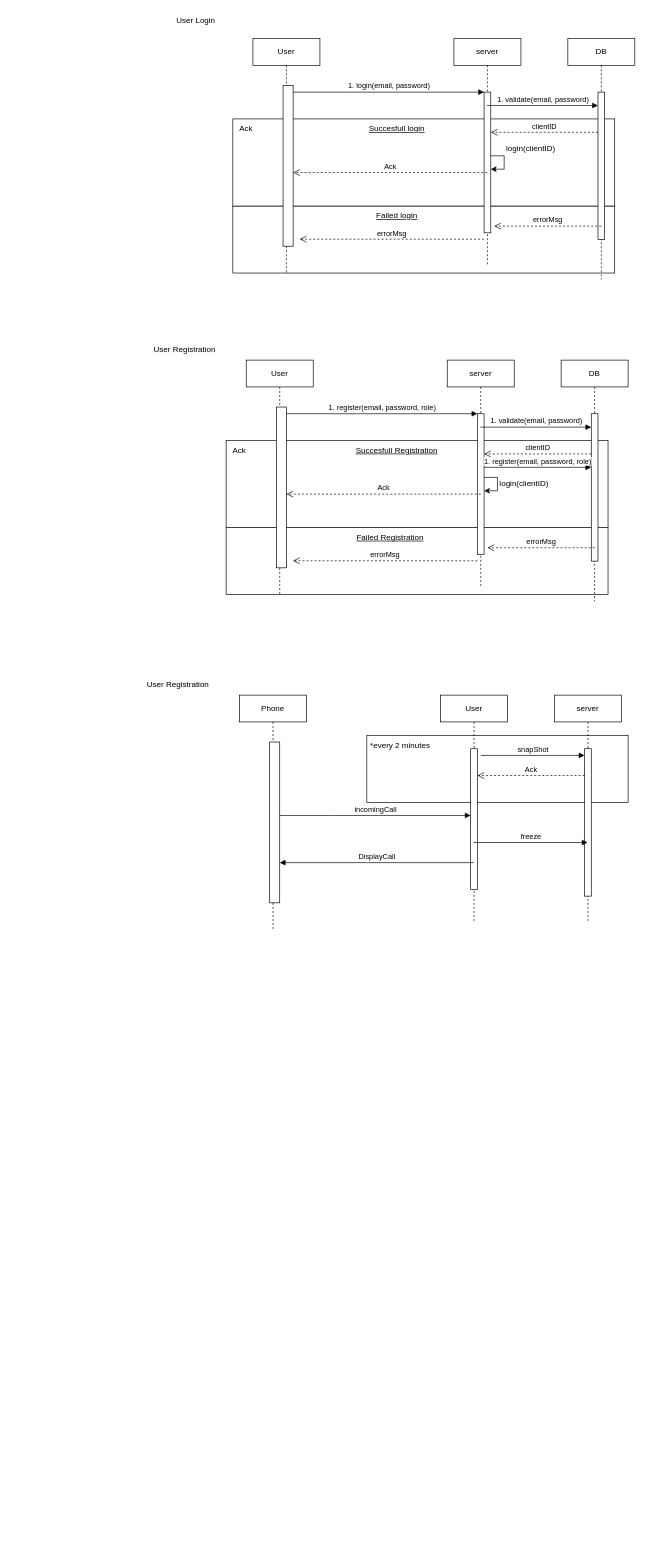
Before: Docs/sequence.drawio in Naveavra/VoiceCoach, a draw.io diagram. Source tidied: cells renumbered, new cells numbered last; positions are measured from the earlier drawing's top-left corner, leaving out a move shared by most shapes. Both pictures are drawn from the tidied source at 67%, with x=0, y=0 at pixel (145, 11).
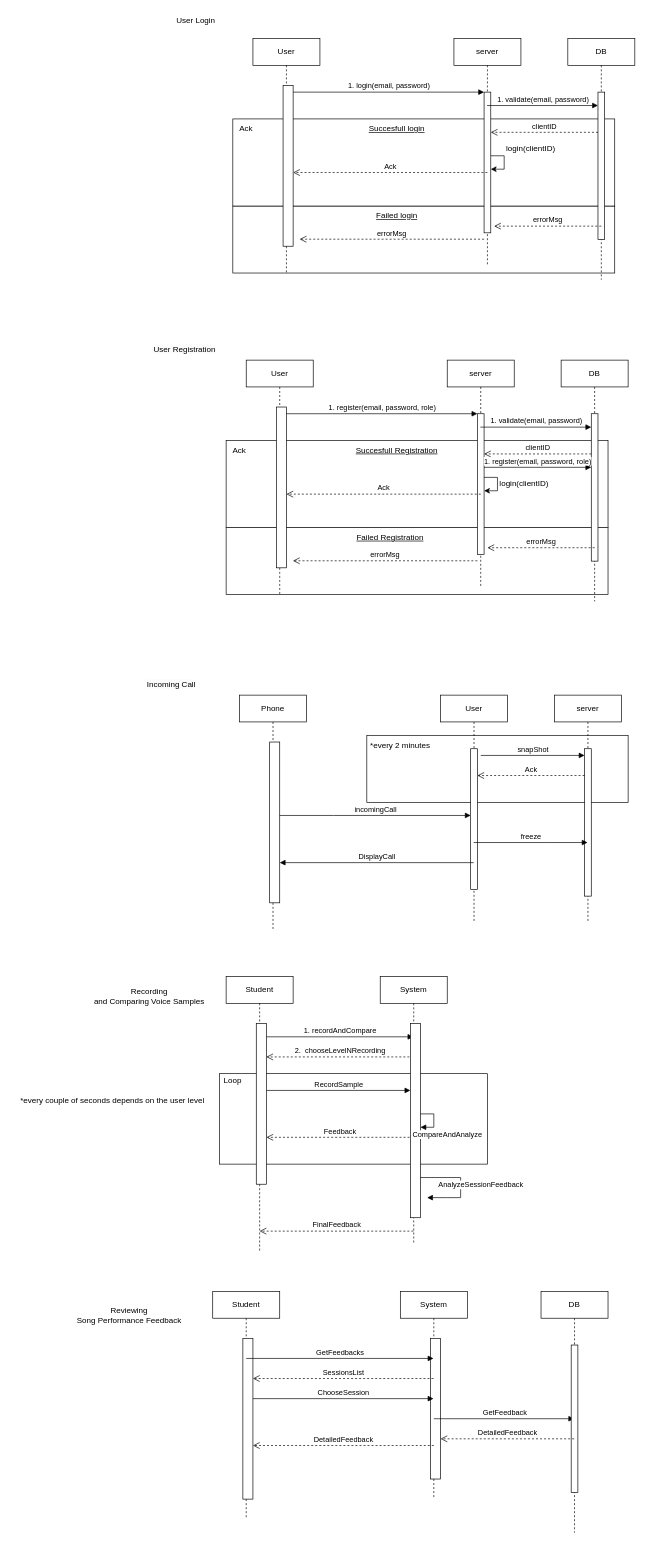
The same page after the edit.

Commit message (it also covers changes not shown here):
implementd sequence diagram for use cases 1-3 TODO number the arrows!

The edit, as a diff of the source:
```diff
@@
+    <mxCell id="57" style="rounded=0;whiteSpace=wrap;html=1;" parent="1" vertex="1">
+      <mxGeometry x="110" y="1585" width="400" height="135" as="geometry" />
+    </mxCell>
@@
-    <mxCell id="51" value="&lt;span style=&quot;color: rgb(0, 0, 0); font-family: Helvetica; font-size: 12px; font-style: normal; font-variant-ligatures: normal; font-variant-caps: normal; font-weight: 400; letter-spacing: normal; orphans: 2; text-align: left; text-indent: 0px; text-transform: none; widows: 2; word-spacing: 0px; -webkit-text-stroke-width: 0px; background-color: rgb(251, 251, 251); text-decoration-thickness: initial; text-decoration-style: initial; text-decoration-color: initial; float: none; display: inline !important;&quot;&gt;User Registration&lt;/span&gt;" style="text;whiteSpace=wrap;html=1;" parent="1" vertex="1">
+    <mxCell id="51" value="&lt;span style=&quot;color: rgb(0, 0, 0); font-family: Helvetica; font-size: 12px; font-style: normal; font-variant-ligatures: normal; font-variant-caps: normal; font-weight: 400; letter-spacing: normal; orphans: 2; text-align: left; text-indent: 0px; text-transform: none; widows: 2; word-spacing: 0px; -webkit-text-stroke-width: 0px; background-color: rgb(251, 251, 251); text-decoration-thickness: initial; text-decoration-style: initial; text-decoration-color: initial; float: none; display: inline !important;&quot;&gt;Incoming Call&lt;/span&gt;" style="text;whiteSpace=wrap;html=1;" parent="1" vertex="1">
       <mxGeometry y="990" width="110" height="40" as="geometry" />
     </mxCell>
@@
+    <mxCell id="58" value="1. recordAndCompare" style="html=1;verticalAlign=bottom;endArrow=block;curved=0;rounded=0;" parent="1" edge="1">
+      <mxGeometry relative="1" as="geometry">
+        <mxPoint x="180" y="1530" as="sourcePoint" />
+        <mxPoint x="399.5" y="1530" as="targetPoint" />
+      </mxGeometry>
+    </mxCell>
+    <mxCell id="59" value="2.&amp;nbsp; chooseLevelNRecording" style="html=1;verticalAlign=bottom;endArrow=open;dashed=1;endSize=8;curved=0;rounded=0;" parent="1" edge="1">
+      <mxGeometry relative="1" as="geometry">
+        <mxPoint x="399.5" y="1560" as="sourcePoint" />
+        <mxPoint x="180" y="1560" as="targetPoint" />
+      </mxGeometry>
+    </mxCell>
+    <mxCell id="60" value="Loop" style="text;html=1;strokeColor=none;fillColor=none;align=center;verticalAlign=middle;whiteSpace=wrap;rounded=0;" parent="1" vertex="1">
+      <mxGeometry x="100" y="1580" width="60" height="30" as="geometry" />
+    </mxCell>
+    <mxCell id="61" value="RecordSample" style="html=1;verticalAlign=bottom;endArrow=block;curved=0;rounded=0;" parent="1" edge="1">
+      <mxGeometry relative="1" as="geometry">
+        <mxPoint x="180" y="1610" as="sourcePoint" />
+        <mxPoint x="395" y="1610" as="targetPoint" />
+      </mxGeometry>
+    </mxCell>
+    <mxCell id="62" value="Feedback" style="html=1;verticalAlign=bottom;endArrow=open;dashed=1;endSize=8;curved=0;rounded=0;" parent="1" edge="1">
+      <mxGeometry relative="1" as="geometry">
+        <mxPoint x="399.8" y="1680" as="sourcePoint" />
+        <mxPoint x="180.2" y="1680" as="targetPoint" />
+      </mxGeometry>
+    </mxCell>
+    <mxCell id="63" value="System" style="shape=umlLifeline;perimeter=lifelinePerimeter;whiteSpace=wrap;html=1;outlineConnect=0;portConstraint=eastwest;newEdgeStyle={&quot;edgeStyle&quot;:&quot;elbowEdgeStyle&quot;,&quot;elbow&quot;:&quot;vertical&quot;,&quot;curved&quot;:0,&quot;rounded&quot;:0};" parent="1" vertex="1">
+      <mxGeometry x="350" y="1440" width="100" height="400" as="geometry" />
+    </mxCell>
+    <mxCell id="64" style="html=1;points=[];perimeter=orthogonalPerimeter;outlineConnect=0;targetShapes=umlLifeline;portConstraint=eastwest;newEdgeStyle={&quot;edgeStyle&quot;:&quot;elbowEdgeStyle&quot;,&quot;elbow&quot;:&quot;vertical&quot;,&quot;curved&quot;:0,&quot;rounded&quot;:0};" parent="63" vertex="1">
+      <mxGeometry x="45" y="70" width="15" height="290" as="geometry" />
+    </mxCell>
+    <mxCell id="65" value="CompareAndAnalyze" style="html=1;verticalAlign=bottom;endArrow=block;curved=0;rounded=0;" parent="63" edge="1" source="64" target="64">
+      <mxGeometry x="0.33" y="28" relative="1" as="geometry">
+        <mxPoint x="20" y="-8" as="offset" />
+      </mxGeometry>
+    </mxCell>
+    <mxCell id="66" value="Student" style="shape=umlLifeline;perimeter=lifelinePerimeter;whiteSpace=wrap;html=1;newEdgeStyle={&quot;edgeStyle&quot;:&quot;elbowEdgeStyle&quot;,&quot;elbow&quot;:&quot;vertical&quot;,&quot;curved&quot;:0,&quot;rounded&quot;:0};" parent="1" vertex="1">
+      <mxGeometry x="120" y="1440" width="100" height="410" as="geometry" />
+    </mxCell>
+    <mxCell id="67" style="html=1;perimeter=orthogonalPerimeter;targetShapes=umlLifeline;newEdgeStyle={&quot;edgeStyle&quot;:&quot;elbowEdgeStyle&quot;,&quot;elbow&quot;:&quot;vertical&quot;,&quot;curved&quot;:0,&quot;rounded&quot;:0};" parent="66" vertex="1">
+      <mxGeometry x="45" y="70" width="15" height="240" as="geometry" />
+    </mxCell>
+    <mxCell id="68" style="edgeStyle=orthogonalEdgeStyle;rounded=0;orthogonalLoop=1;jettySize=auto;html=1;exitX=0.5;exitY=1;exitDx=0;exitDy=0;" parent="1" edge="1" source="57" target="57">
+      <mxGeometry relative="1" as="geometry" />
+    </mxCell>
+    <mxCell id="69" value="AnalyzeSessionFeedback" style="html=1;verticalAlign=bottom;endArrow=block;curved=0;rounded=0;" parent="1" edge="1" source="64">
+      <mxGeometry x="0.14" y="30" relative="1" as="geometry">
+        <mxPoint x="420" y="1770" as="targetPoint" />
+        <Array as="points">
+          <mxPoint x="470" y="1740" />
+          <mxPoint x="470" y="1770" />
+          <mxPoint x="450" y="1770" />
+        </Array>
+      </mxGeometry>
+    </mxCell>
+    <mxCell id="70" value="FinalFeedback" style="html=1;verticalAlign=bottom;endArrow=open;dashed=1;endSize=8;curved=0;rounded=0;" parent="1" edge="1" source="63">
+      <mxGeometry relative="1" as="geometry">
+        <mxPoint x="170" y="1820" as="targetPoint" />
+      </mxGeometry>
+    </mxCell>
+    <mxCell id="71" value="*every couple of seconds depends on the user level" style="text;html=1;align=center;verticalAlign=middle;strokeColor=none;fillColor=none;" parent="1" vertex="1">
+      <mxGeometry x="-200" y="1610" width="300" height="30" as="geometry" />
+    </mxCell>
+    <mxCell id="72" value="Recording&lt;br/&gt;and Comparing Voice Samples" style="text;html=1;align=center;verticalAlign=middle;strokeColor=none;fillColor=none;" parent="1" vertex="1">
+      <mxGeometry x="-90" y="1450" width="190" height="40" as="geometry" />
+    </mxCell>
+    <mxCell id="73" value="Student" style="shape=umlLifeline;perimeter=lifelinePerimeter;whiteSpace=wrap;html=1;newEdgeStyle={&quot;edgeStyle&quot;:&quot;elbowEdgeStyle&quot;,&quot;elbow&quot;:&quot;vertical&quot;,&quot;curved&quot;:0,&quot;rounded&quot;:0};" parent="1" vertex="1">
+      <mxGeometry x="100" y="1910" width="100" height="340" as="geometry" />
+    </mxCell>
+    <mxCell id="74" style="html=1;perimeter=orthogonalPerimeter;targetShapes=umlLifeline;newEdgeStyle={&quot;edgeStyle&quot;:&quot;elbowEdgeStyle&quot;,&quot;elbow&quot;:&quot;vertical&quot;,&quot;curved&quot;:0,&quot;rounded&quot;:0};" parent="73" vertex="1">
+      <mxGeometry x="45" y="70" width="15" height="240" as="geometry" />
+    </mxCell>
+    <mxCell id="75" value="System" style="shape=umlLifeline;perimeter=lifelinePerimeter;whiteSpace=wrap;html=1;outlineConnect=0;portConstraint=eastwest;newEdgeStyle={&quot;edgeStyle&quot;:&quot;elbowEdgeStyle&quot;,&quot;elbow&quot;:&quot;vertical&quot;,&quot;curved&quot;:0,&quot;rounded&quot;:0};" parent="1" vertex="1">
+      <mxGeometry x="380" y="1910" width="100" height="310" as="geometry" />
+    </mxCell>
+    <mxCell id="76" style="html=1;perimeter=orthogonalPerimeter;targetShapes=umlLifeline;newEdgeStyle={&quot;edgeStyle&quot;:&quot;elbowEdgeStyle&quot;,&quot;elbow&quot;:&quot;vertical&quot;,&quot;curved&quot;:0,&quot;rounded&quot;:0};" parent="75" vertex="1">
+      <mxGeometry x="45" y="70" width="15" height="210" as="geometry" />
+    </mxCell>
+    <mxCell id="77" value="GetFeedbacks" style="html=1;verticalAlign=bottom;endArrow=block;curved=0;rounded=0;" parent="1" edge="1" target="75">
+      <mxGeometry relative="1" as="geometry">
+        <mxPoint x="150" y="2010" as="sourcePoint" />
+      </mxGeometry>
+    </mxCell>
+    <mxCell id="78" value="SessionsList" style="html=1;verticalAlign=bottom;endArrow=open;dashed=1;endSize=8;curved=0;rounded=0;" parent="1" edge="1" source="75">
+      <mxGeometry relative="1" as="geometry">
+        <mxPoint x="160" y="2040" as="targetPoint" />
+      </mxGeometry>
+    </mxCell>
+    <mxCell id="79" value="ChooseSession" style="html=1;verticalAlign=bottom;endArrow=block;curved=0;rounded=0;" parent="1" edge="1" target="75">
+      <mxGeometry relative="1" as="geometry">
+        <mxPoint x="160" y="2070" as="sourcePoint" />
+      </mxGeometry>
+    </mxCell>
+    <mxCell id="80" value="Reviewing&lt;br/&gt;Song Performance Feedback" style="text;html=1;align=center;verticalAlign=middle;strokeColor=none;fillColor=none;" parent="1" vertex="1">
+      <mxGeometry x="-115" y="1925" width="180" height="40" as="geometry" />
+    </mxCell>
+    <mxCell id="81" value="GetFeedback" style="html=1;verticalAlign=bottom;endArrow=block;curved=0;rounded=0;" parent="1" edge="1" target="83">
+      <mxGeometry x="0.01" relative="1" as="geometry">
+        <mxPoint x="430" y="2100" as="sourcePoint" />
+      </mxGeometry>
+    </mxCell>
+    <mxCell id="82" value="DetailedFeedback" style="html=1;verticalAlign=bottom;endArrow=open;dashed=1;endSize=8;curved=0;rounded=0;" parent="1" edge="1">
+      <mxGeometry relative="1" as="geometry">
+        <mxPoint x="430" y="2140" as="sourcePoint" />
+        <mxPoint x="160" y="2140" as="targetPoint" />
+      </mxGeometry>
+    </mxCell>
+    <mxCell id="83" value="DB" style="shape=umlLifeline;perimeter=lifelinePerimeter;whiteSpace=wrap;html=1;outlineConnect=0;portConstraint=eastwest;newEdgeStyle={&quot;edgeStyle&quot;:&quot;elbowEdgeStyle&quot;,&quot;elbow&quot;:&quot;vertical&quot;,&quot;curved&quot;:0,&quot;rounded&quot;:0};" parent="1" vertex="1">
+      <mxGeometry x="590" y="1910" width="100" height="360" as="geometry" />
+    </mxCell>
+    <mxCell id="84" style="html=1;perimeter=orthogonalPerimeter;targetShapes=umlLifeline;newEdgeStyle={&quot;edgeStyle&quot;:&quot;elbowEdgeStyle&quot;,&quot;elbow&quot;:&quot;vertical&quot;,&quot;curved&quot;:0,&quot;rounded&quot;:0};" parent="83" vertex="1">
+      <mxGeometry x="45" y="80" width="10" height="220" as="geometry" />
+    </mxCell>
+    <mxCell id="85" value="DetailedFeedback" style="html=1;verticalAlign=bottom;endArrow=open;dashed=1;endSize=8;curved=0;rounded=0;" parent="1" edge="1">
+      <mxGeometry relative="1" as="geometry">
+        <mxPoint x="639.5" y="2130" as="sourcePoint" />
+        <mxPoint x="440" y="2130" as="targetPoint" />
+      </mxGeometry>
+    </mxCell>
```
